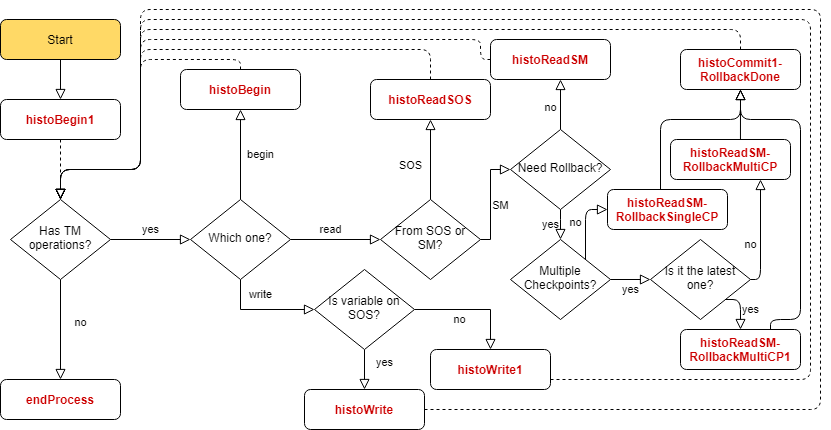
Earlier version of the draw.io export flowchart.png (anonn34968/gtsfortm). Source tidied: cells renumbered, new cells last; positions are measured from the earlier drawing's top-left corner, leaving out a move shared by most shapes.
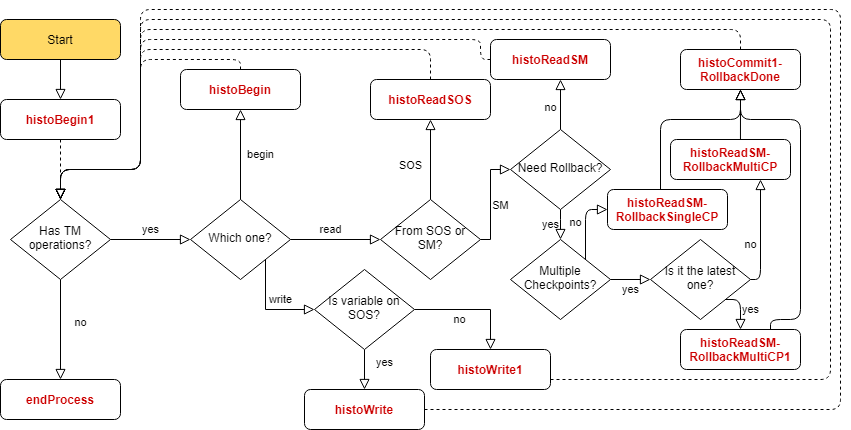
The same diagram one commit later.

What changed in the source:
```diff
@@ -23,10 +23,10 @@
     <mxCell id="8" value="read" style="edgeStyle=orthogonalEdgeStyle;rounded=0;jettySize=auto;html=1;shadow=0;labelBackgroundColor=none;fontColor=#000000;endArrow=block;endFill=0;endSize=8;strokeWidth=1;" parent="1" edge="1" source="11" target="14">
       <mxGeometry x="-0.11" y="10" relative="1" as="geometry" />
     </mxCell>
-    <mxCell id="9" value="write" style="edgeStyle=orthogonalEdgeStyle;rounded=0;jettySize=auto;html=1;shadow=0;labelBackgroundColor=none;fontColor=#000000;endArrow=block;endFill=0;endSize=8;strokeWidth=1;entryX=0;entryY=0.5;entryDx=0;entryDy=0;" parent="1" edge="1" source="11" target="17">
-      <mxGeometry x="-0.71" y="20" relative="1" as="geometry">
+    <mxCell id="9" value="write" style="edgeStyle=orthogonalEdgeStyle;rounded=0;jettySize=auto;html=1;shadow=0;labelBackgroundColor=none;fontColor=#000000;endArrow=block;endFill=0;endSize=8;strokeWidth=1;entryX=0;entryY=0.5;entryDx=0;entryDy=0;exitX=1;exitY=1;exitDx=0;exitDy=0;" parent="1" edge="1" source="11" target="17">
+      <mxGeometry x="0.31" y="10" relative="1" as="geometry">
         <Array as="points">
-          <mxPoint x="240" y="300" />
+          <mxPoint x="265" y="300" />
         </Array>
       </mxGeometry>
     </mxCell>
@@ -115,8 +115,8 @@
       <mxGeometry relative="1" as="geometry">
         <mxPoint x="60" y="190" as="targetPoint" />
         <Array as="points">
-          <mxPoint x="820" y="400" />
-          <mxPoint x="820" />
+          <mxPoint x="840" y="400" />
+          <mxPoint x="840" />
           <mxPoint x="140" />
           <mxPoint x="140" y="160" />
           <mxPoint x="60" y="160" />
@@ -130,9 +130,8 @@
       <mxGeometry relative="1" as="geometry">
         <mxPoint x="550" y="370" as="sourcePoint" />
         <Array as="points">
-          <mxPoint x="550" y="370" />
-          <mxPoint x="810" y="370" />
-          <mxPoint x="810" y="10" />
+          <mxPoint x="830" y="370" />
+          <mxPoint x="830" y="10" />
           <mxPoint x="140" y="10" />
           <mxPoint x="140" y="160" />
           <mxPoint x="60" y="160" />
```
